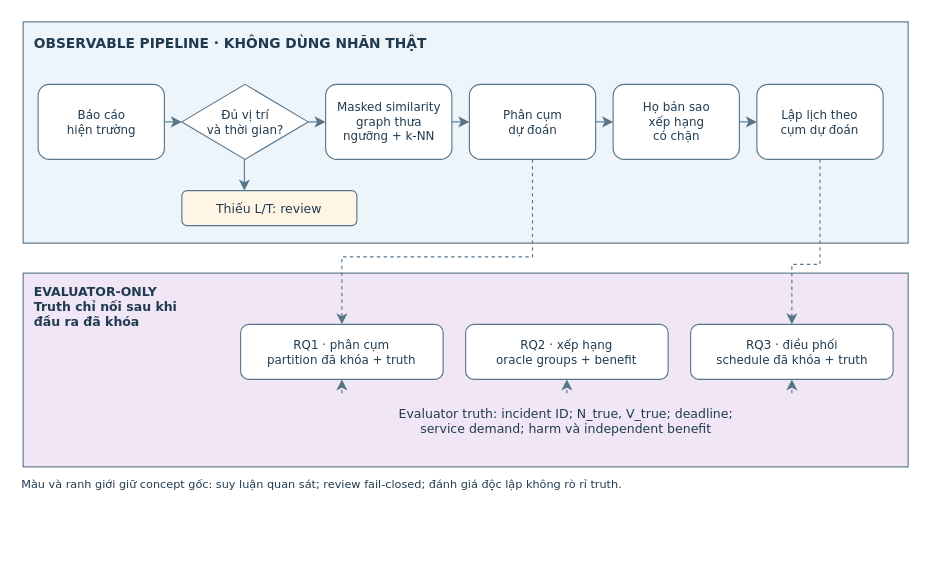
This is report/assets/diagrams/research_pipeline_report.drawio from ngthtrong/nckh2, a draw.io file, before an edit. Source tidied: cells renumbered, new cells numbered last; positions are measured from the earlier drawing's top-left corner, leaving out a move shared by most shapes. Both pictures are drawn from the tidied source at 125%, with x=0, y=0 at pixel (21, 21).
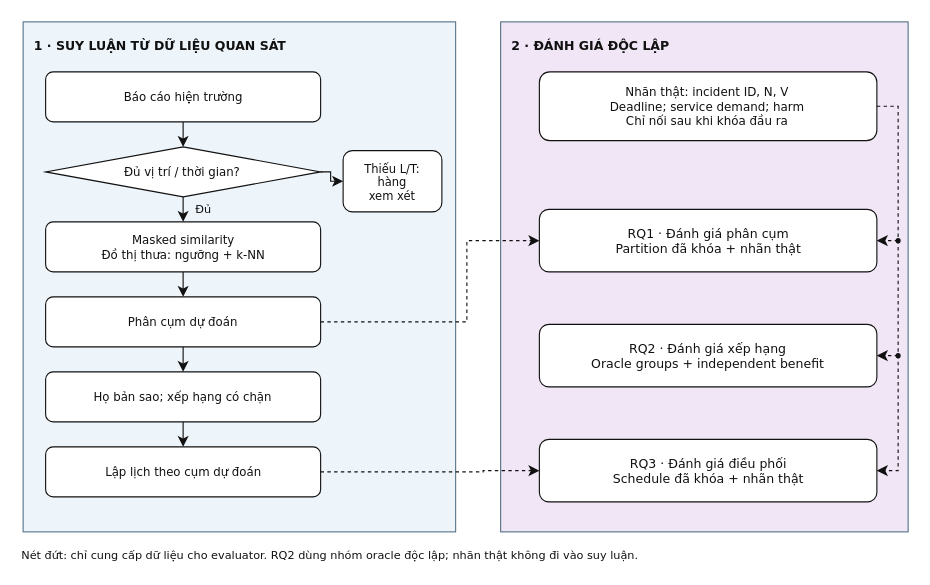
The same diagram, later.

What changed in the source:
```diff
@@
     <mxCell id="2" style="rounded=0;fillColor=#EDF4FA;strokeColor=#587489;strokeWidth=0.9;dashed=0;" parent="1" vertex="1">
-      <mxGeometry x="1" width="708" height="177" as="geometry" />
+      <mxGeometry x="1" width="346" height="408" as="geometry" />
     </mxCell>
-    <mxCell id="3" style="rounded=0;fillColor=#F0E6F6;strokeColor=#587489;strokeWidth=0.9;dashed=0;" parent="1" vertex="1">
-      <mxGeometry x="1" y="201" width="708" height="155" as="geometry" />
-    </mxCell>
-    <mxCell id="4" value="&lt;div&gt;OBSERVABLE PIPELINE · KHÔNG DÙNG NHÃN THẬT&lt;/div&gt;" style="text;html=1;whiteSpace=wrap;align=left;verticalAlign=middle;fontFamily=DejaVu Sans;fontSize=11;fontStyle=1;fontColor=#203B50;spacing=0;overflow=visible;" parent="1" vertex="1">
-      <mxGeometry x="10" y="9.3" width="314.7" height="15.3" as="geometry" />
-    </mxCell>
-    <mxCell id="5" style="rounded=1;fillColor=#FFFFFF;strokeColor=#587489;strokeWidth=0.9;dashed=0;" parent="1" vertex="1">
-      <mxGeometry x="13" y="50" width="101" height="60" as="geometry" />
-    </mxCell>
+    <mxCell id="39" value="&lt;div&gt;1 · SUY LUẬN TỪ DỮ LIỆU QUAN SÁT&lt;/div&gt;" style="text;html=1;whiteSpace=wrap;align=left;verticalAlign=middle;fontFamily=DejaVu Sans;fontSize=10;fontStyle=1;fontColor=#111111;spacing=0;overflow=visible;" parent="1" vertex="1">
+      <mxGeometry x="10" y="12.1" width="204.1" height="13.9" as="geometry" />
+    </mxCell>
+    <mxCell id="40" style="rounded=0;fillColor=#F0E6F6;strokeColor=#587489;strokeWidth=0.9;dashed=0;" parent="1" vertex="1">
+      <mxGeometry x="383" width="326" height="408" as="geometry" />
+    </mxCell>
+    <mxCell id="41" value="&lt;div&gt;2 · ĐÁNH GIÁ ĐỘC LẬP&lt;/div&gt;" style="text;html=1;whiteSpace=wrap;align=left;verticalAlign=middle;fontFamily=DejaVu Sans;fontSize=10;fontStyle=1;fontColor=#111111;spacing=0;overflow=visible;" parent="1" vertex="1">
+      <mxGeometry x="392" y="12.1" width="128.7" height="13.9" as="geometry" />
+    </mxCell>
+    <mxCell id="42" style="rounded=1;fillColor=#FFFFFF;strokeColor=#111111;strokeWidth=0.9;dashed=0;" parent="1" vertex="1">
+      <mxGeometry x="19" y="40" width="220" height="40" as="geometry" />
+    </mxCell>
-    <mxCell id="6" value="&lt;div&gt;Báo cáo&lt;br&gt;hiện trường&lt;/div&gt;" style="text;html=1;whiteSpace=wrap;align=center;verticalAlign=middle;fontFamily=DejaVu Sans;fontSize=9.5;fontStyle=0;fontColor=#203B50;spacing=0;overflow=visible;" parent="1" vertex="1">
-      <mxGeometry x="34.6" y="69.1" width="57.8" height="21.8" as="geometry" />
+    <mxCell id="6" value="&lt;div&gt;Báo cáo hiện trường&lt;/div&gt;" style="text;html=1;whiteSpace=wrap;align=center;verticalAlign=middle;fontFamily=DejaVu Sans;fontSize=9.4;fontStyle=0;fontColor=#111111;spacing=0;overflow=visible;" parent="1" vertex="1">
+      <mxGeometry x="80.6" y="54.3" width="96.9" height="11.4" as="geometry" />
     </mxCell>
-    <mxCell id="7" style="rhombus;fillColor=#FFFFFF;strokeColor=#587489;strokeWidth=0.9;dashed=0;" parent="1" vertex="1">
-      <mxGeometry x="128" y="50" width="101" height="60" as="geometry" />
-    </mxCell>
-    <mxCell id="8" value="&lt;div&gt;Đủ vị trí&lt;br&gt;và thời gian?&lt;/div&gt;" style="text;html=1;whiteSpace=wrap;align=center;verticalAlign=middle;fontFamily=DejaVu Sans;fontSize=9.5;fontStyle=0;fontColor=#203B50;spacing=0;overflow=visible;" parent="1" vertex="1">
-      <mxGeometry x="146.6" y="69.1" width="63.8" height="21.8" as="geometry" />
-    </mxCell>
-    <mxCell id="9" style="html=1;rounded=0;strokeColor=#587489;strokeWidth=0.9;dashed=0;endArrow=classic;startArrow=none;exitX=1.0;exitY=0.5;entryX=0.0;entryY=0.5;" parent="1" edge="1" source="5" target="7">
-      <mxGeometry relative="1" as="geometry" />
-    </mxCell>
+    <mxCell id="43" style="rhombus;fillColor=#FFFFFF;strokeColor=#111111;strokeWidth=0.9;dashed=0;" parent="1" vertex="1">
+      <mxGeometry x="19" y="100" width="220" height="40" as="geometry" />
+    </mxCell>
+    <mxCell id="44" value="&lt;div&gt;Đủ vị trí / thời gian?&lt;/div&gt;" style="text;html=1;whiteSpace=wrap;align=center;verticalAlign=middle;fontFamily=DejaVu Sans;fontSize=9.4;fontStyle=0;fontColor=#111111;spacing=0;overflow=visible;" parent="1" vertex="1">
+      <mxGeometry x="81.4" y="114.3" width="95.2" height="11.4" as="geometry" />
+    </mxCell>
-    <mxCell id="10" style="rounded=1;fillColor=#FFFFFF;strokeColor=#587489;strokeWidth=0.9;dashed=0;" parent="1" vertex="1">
-      <mxGeometry x="243" y="50" width="101" height="60" as="geometry" />
+    <mxCell id="10" style="rounded=1;fillColor=#FFFFFF;strokeColor=#111111;strokeWidth=0.9;dashed=0;" parent="1" vertex="1">
+      <mxGeometry x="19" y="160" width="220" height="40" as="geometry" />
     </mxCell>
-    <mxCell id="11" value="&lt;div&gt;Masked similarity&lt;br&gt;graph thưa&lt;br&gt;ngưỡng + k-NN&lt;/div&gt;" style="text;html=1;whiteSpace=wrap;align=center;verticalAlign=middle;fontFamily=DejaVu Sans;fontSize=9.5;fontStyle=0;fontColor=#203B50;spacing=0;overflow=visible;" parent="1" vertex="1">
-      <mxGeometry x="250.7" y="63.9" width="85.6" height="32.2" as="geometry" />
+    <mxCell id="11" value="&lt;div&gt;Masked similarity&lt;br&gt;Đồ thị thưa: ngưỡng + k-NN&lt;/div&gt;" style="text;html=1;whiteSpace=wrap;align=center;verticalAlign=middle;fontFamily=DejaVu Sans;fontSize=9.4;fontStyle=0;fontColor=#111111;spacing=0;overflow=visible;" parent="1" vertex="1">
+      <mxGeometry x="62.7" y="168.7" width="132.6" height="22.5" as="geometry" />
     </mxCell>
-    <mxCell id="12" style="html=1;rounded=0;strokeColor=#587489;strokeWidth=0.9;dashed=0;endArrow=classic;startArrow=none;exitX=1.0;exitY=0.5;entryX=0.0;entryY=0.5;" parent="1" edge="1" source="7" target="10">
-      <mxGeometry relative="1" as="geometry" />
-    </mxCell>
-    <mxCell id="13" style="rounded=1;fillColor=#FFFFFF;strokeColor=#587489;strokeWidth=0.9;dashed=0;" parent="1" vertex="1">
-      <mxGeometry x="358" y="50" width="101" height="60" as="geometry" />
-    </mxCell>
+    <mxCell id="45" style="rounded=1;fillColor=#FFFFFF;strokeColor=#111111;strokeWidth=0.9;dashed=0;" parent="1" vertex="1">
+      <mxGeometry x="19" y="220" width="220" height="40" as="geometry" />
+    </mxCell>
-    <mxCell id="14" value="&lt;div&gt;Phân cụm&lt;br&gt;dự đoán&lt;/div&gt;" style="text;html=1;whiteSpace=wrap;align=center;verticalAlign=middle;fontFamily=DejaVu Sans;fontSize=9.5;fontStyle=0;fontColor=#203B50;spacing=0;overflow=visible;" parent="1" vertex="1">
-      <mxGeometry x="383.7" y="69.1" width="49.6" height="21.8" as="geometry" />
+    <mxCell id="14" value="&lt;div&gt;Phân cụm dự đoán&lt;/div&gt;" style="text;html=1;whiteSpace=wrap;align=center;verticalAlign=middle;fontFamily=DejaVu Sans;fontSize=9.4;fontStyle=0;fontColor=#111111;spacing=0;overflow=visible;" parent="1" vertex="1">
+      <mxGeometry x="84.2" y="234.3" width="89.6" height="11.4" as="geometry" />
     </mxCell>
-    <mxCell id="15" style="html=1;rounded=0;strokeColor=#587489;strokeWidth=0.9;dashed=0;endArrow=classic;startArrow=none;exitX=1.0;exitY=0.5;entryX=0.0;entryY=0.5;" parent="1" edge="1" source="10" target="13">
-      <mxGeometry relative="1" as="geometry" />
-    </mxCell>
+    <mxCell id="46" style="rounded=1;fillColor=#FFFFFF;strokeColor=#111111;strokeWidth=0.9;dashed=0;" parent="1" vertex="1">
+      <mxGeometry x="19" y="280" width="220" height="40" as="geometry" />
+    </mxCell>
+    <mxCell id="47" value="&lt;div&gt;Họ bản sao; xếp hạng có chặn&lt;/div&gt;" style="text;html=1;whiteSpace=wrap;align=center;verticalAlign=middle;fontFamily=DejaVu Sans;fontSize=9.4;fontStyle=0;fontColor=#111111;spacing=0;overflow=visible;" parent="1" vertex="1">
+      <mxGeometry x="57" y="294" width="144" height="12.1" as="geometry" />
+    </mxCell>
-    <mxCell id="16" style="rounded=1;fillColor=#FFFFFF;strokeColor=#587489;strokeWidth=0.9;dashed=0;" parent="1" vertex="1">
-      <mxGeometry x="473" y="50" width="101" height="60" as="geometry" />
+    <mxCell id="16" style="rounded=1;fillColor=#FFFFFF;strokeColor=#111111;strokeWidth=0.9;dashed=0;" parent="1" vertex="1">
+      <mxGeometry x="19" y="340" width="220" height="40" as="geometry" />
     </mxCell>
-    <mxCell id="17" value="&lt;div&gt;Họ bản sao&lt;br&gt;xếp hạng&lt;br&gt;có chặn&lt;/div&gt;" style="text;html=1;whiteSpace=wrap;align=center;verticalAlign=middle;fontFamily=DejaVu Sans;fontSize=9.5;fontStyle=0;fontColor=#203B50;spacing=0;overflow=visible;" parent="1" vertex="1">
-      <mxGeometry x="495.6" y="63.5" width="55.8" height="33.1" as="geometry" />
+    <mxCell id="17" value="&lt;div&gt;Lập lịch theo cụm dự đoán&lt;/div&gt;" style="text;html=1;whiteSpace=wrap;align=center;verticalAlign=middle;fontFamily=DejaVu Sans;fontSize=9.4;fontStyle=0;fontColor=#111111;spacing=0;overflow=visible;" parent="1" vertex="1">
+      <mxGeometry x="65.6" y="354.3" width="126.8" height="11.4" as="geometry" />
     </mxCell>
-    <mxCell id="18" style="html=1;rounded=0;strokeColor=#587489;strokeWidth=0.9;dashed=0;endArrow=classic;startArrow=none;exitX=1.0;exitY=0.5;entryX=0.0;entryY=0.5;" parent="1" edge="1" source="13" target="16">
-      <mxGeometry relative="1" as="geometry" />
-    </mxCell>
-    <mxCell id="19" style="rounded=1;fillColor=#FFFFFF;strokeColor=#587489;strokeWidth=0.9;dashed=0;" parent="1" vertex="1">
-      <mxGeometry x="588" y="50" width="101" height="60" as="geometry" />
-    </mxCell>
-    <mxCell id="20" value="&lt;div&gt;Lập lịch theo&lt;br&gt;cụm dự đoán&lt;/div&gt;" style="text;html=1;whiteSpace=wrap;align=center;verticalAlign=middle;fontFamily=DejaVu Sans;fontSize=9.5;fontStyle=0;fontColor=#203B50;spacing=0;overflow=visible;" parent="1" vertex="1">
-      <mxGeometry x="606" y="69.1" width="64.9" height="21.8" as="geometry" />
-    </mxCell>
-    <mxCell id="21" style="html=1;rounded=0;strokeColor=#587489;strokeWidth=0.9;dashed=0;endArrow=classic;startArrow=none;exitX=1.0;exitY=0.5;entryX=0.0;entryY=0.5;" parent="1" edge="1" source="16" target="19">
-      <mxGeometry relative="1" as="geometry" />
-    </mxCell>
-    <mxCell id="22" style="rounded=1;fillColor=#FFF5E5;strokeColor=#587489;strokeWidth=0.9;dashed=0;" parent="1" vertex="1">
-      <mxGeometry x="128" y="135" width="140" height="28" as="geometry" />
-    </mxCell>
-    <mxCell id="23" value="&lt;div&gt;Thiếu L/T: review&lt;/div&gt;" style="text;html=1;whiteSpace=wrap;align=center;verticalAlign=middle;fontFamily=DejaVu Sans;fontSize=10;fontStyle=0;fontColor=#203B50;spacing=0;overflow=visible;" parent="1" vertex="1">
-      <mxGeometry x="154.8" y="143" width="86.3" height="12.1" as="geometry" />
-    </mxCell>
+    <mxCell id="48" style="rounded=1;fillColor=#FFFFFF;strokeColor=#111111;strokeWidth=0.9;dashed=0;" parent="1" vertex="1">
+      <mxGeometry x="257" y="103" width="79" height="49" as="geometry" />
+    </mxCell>
+    <mxCell id="49" value="&lt;div&gt;Thiếu L/T:&lt;br&gt;hàng&lt;br&gt;xem xét&lt;/div&gt;" style="text;html=1;whiteSpace=wrap;align=center;verticalAlign=middle;fontFamily=DejaVu Sans;fontSize=9.2;fontStyle=0;fontColor=#111111;spacing=0;overflow=visible;" parent="1" vertex="1">
+      <mxGeometry x="273.3" y="111.4" width="46.5" height="32.2" as="geometry" />
+    </mxCell>
+    <mxCell id="50" style="html=1;rounded=0;strokeColor=#111111;strokeWidth=0.9;dashed=0;endArrow=classic;startArrow=none;exitX=0.5;exitY=1.0;entryX=0.5;entryY=0.0;" parent="1" edge="1" source="42" target="43">
+      <mxGeometry relative="1" as="geometry" />
+    </mxCell>
+    <mxCell id="51" value="&lt;div&gt;Đủ&lt;/div&gt;" style="text;html=1;whiteSpace=wrap;align=center;verticalAlign=middle;fontFamily=DejaVu Sans;fontSize=9;fontStyle=0;fontColor=#111111;spacing=0;overflow=visible;" parent="1" vertex="1">
+      <mxGeometry x="137.7" y="144.3" width="14.6" height="11.4" as="geometry" />
+    </mxCell>
+    <mxCell id="52" style="html=1;rounded=0;strokeColor=#111111;strokeWidth=0.9;dashed=0;endArrow=classic;startArrow=none;exitX=0.5;exitY=1.0;entryX=0.5;entryY=0.0;" parent="1" edge="1" source="43" target="10">
+      <mxGeometry relative="1" as="geometry" />
+    </mxCell>
+    <mxCell id="53" style="html=1;rounded=0;strokeColor=#111111;strokeWidth=0.9;dashed=0;endArrow=classic;startArrow=none;exitX=0.5;exitY=1.0;entryX=0.5;entryY=0.0;" parent="1" edge="1" source="10" target="45">
+      <mxGeometry relative="1" as="geometry" />
+    </mxCell>
-    <mxCell id="24" style="html=1;rounded=0;strokeColor=#587489;strokeWidth=0.9;dashed=0;endArrow=classic;startArrow=none;exitX=0.49504950495049505;exitY=1.0;entryX=0.35714285714285715;entryY=0.0;" parent="1" edge="1" source="7" target="22">
+    <mxCell id="24" style="html=1;rounded=0;strokeColor=#111111;strokeWidth=0.9;dashed=0;endArrow=classic;startArrow=none;exitX=0.5;exitY=1.0;entryX=0.5;entryY=0.0;" parent="1" edge="1" source="45" target="46">
       <mxGeometry relative="1" as="geometry" />
     </mxCell>
-    <mxCell id="25" value="&lt;div&gt;EVALUATOR-ONLY&lt;br&gt;Truth chỉ nối sau khi&lt;br&gt;đầu ra đã khóa&lt;/div&gt;" style="text;html=1;whiteSpace=wrap;align=left;verticalAlign=middle;fontFamily=DejaVu Sans;fontSize=10;fontStyle=1;fontColor=#203B50;spacing=0;overflow=visible;" parent="1" vertex="1">
-      <mxGeometry x="10" y="210.7" width="116.6" height="34.6" as="geometry" />
-    </mxCell>
-    <mxCell id="26" style="rounded=1;fillColor=#FFFFFF;strokeColor=#587489;strokeWidth=0.9;dashed=0;" parent="1" vertex="1">
-      <mxGeometry x="175" y="242" width="162" height="44" as="geometry" />
-    </mxCell>
-    <mxCell id="27" value="&lt;div&gt;RQ1 · phân cụm&lt;br&gt;partition đã khóa + truth&lt;/div&gt;" style="text;html=1;whiteSpace=wrap;align=center;verticalAlign=middle;fontFamily=DejaVu Sans;fontSize=9.5;fontStyle=0;fontColor=#203B50;spacing=0;overflow=visible;" parent="1" vertex="1">
-      <mxGeometry x="194.9" y="253.1" width="122.2" height="21.8" as="geometry" />
-    </mxCell>
-    <mxCell id="28" style="rounded=1;fillColor=#FFFFFF;strokeColor=#587489;strokeWidth=0.9;dashed=0;" parent="1" vertex="1">
-      <mxGeometry x="355" y="242" width="162" height="44" as="geometry" />
-    </mxCell>
-    <mxCell id="29" value="&lt;div&gt;RQ2 · xếp hạng&lt;br&gt;oracle groups + benefit&lt;/div&gt;" style="text;html=1;whiteSpace=wrap;align=center;verticalAlign=middle;fontFamily=DejaVu Sans;fontSize=9.5;fontStyle=0;fontColor=#203B50;spacing=0;overflow=visible;" parent="1" vertex="1">
-      <mxGeometry x="378.2" y="252.7" width="115.7" height="22.5" as="geometry" />
-    </mxCell>
-    <mxCell id="30" style="rounded=1;fillColor=#FFFFFF;strokeColor=#587489;strokeWidth=0.9;dashed=0;" parent="1" vertex="1">
-      <mxGeometry x="535" y="242" width="162" height="44" as="geometry" />
-    </mxCell>
-    <mxCell id="31" value="&lt;div&gt;RQ3 · điều phối&lt;br&gt;schedule đã khóa + truth&lt;/div&gt;" style="text;html=1;whiteSpace=wrap;align=center;verticalAlign=middle;fontFamily=DejaVu Sans;fontSize=9.5;fontStyle=0;fontColor=#203B50;spacing=0;overflow=visible;" parent="1" vertex="1">
-      <mxGeometry x="553.8" y="252.7" width="124.5" height="22.5" as="geometry" />
-    </mxCell>
-    <mxCell id="32" style="html=1;rounded=0;strokeColor=#587489;strokeWidth=0.9;dashed=1;endArrow=classic;startArrow=none;exitX=0.5;exitY=1.0;entryX=0.5;entryY=0.0;" parent="1" edge="1" source="13" target="26">
-      <mxGeometry relative="1" as="geometry">
-        <Array as="points">
-          <mxPoint x="408.5" y="188" />
-          <mxPoint x="256" y="188" />
-        </Array>
-      </mxGeometry>
-    </mxCell>
-    <mxCell id="33" style="html=1;rounded=0;strokeColor=#587489;strokeWidth=0.9;dashed=1;endArrow=classic;startArrow=none;exitX=0.5;exitY=1.0;entryX=0.5;entryY=0.0;" parent="1" edge="1" source="19" target="30">
-      <mxGeometry relative="1" as="geometry">
-        <Array as="points">
-          <mxPoint x="638.5" y="194" />
-          <mxPoint x="616" y="194" />
-        </Array>
-      </mxGeometry>
-    </mxCell>
+    <mxCell id="54" style="html=1;rounded=0;strokeColor=#111111;strokeWidth=0.9;dashed=0;endArrow=classic;startArrow=none;exitX=0.5;exitY=1.0;entryX=0.5;entryY=0.0;" parent="1" edge="1" source="46" target="16">
+      <mxGeometry relative="1" as="geometry" />
+    </mxCell>
+    <mxCell id="55" style="html=1;rounded=0;strokeColor=#111111;strokeWidth=0.9;dashed=0;endArrow=classic;startArrow=none;exitX=1.0;exitY=0.5;entryX=0.0;entryY=0.5;" parent="1" edge="1" source="43" target="48">
+      <mxGeometry relative="1" as="geometry">
+        <Array as="points">
+          <mxPoint x="247" y="120" />
+          <mxPoint x="247" y="127.5" />
+        </Array>
+      </mxGeometry>
+    </mxCell>
+    <mxCell id="56" style="rounded=1;fillColor=#FFFFFF;strokeColor=#111111;strokeWidth=0.9;dashed=0;" parent="1" vertex="1">
+      <mxGeometry x="414" y="40" width="270" height="55" as="geometry" />
+    </mxCell>
+    <mxCell id="57" value="&lt;div&gt;Nhãn thật: incident ID, N, V&lt;br&gt;Deadline; service demand; harm&lt;br&gt;Chỉ nối sau khi khóa đầu ra&lt;/div&gt;" style="text;html=1;whiteSpace=wrap;align=center;verticalAlign=middle;fontFamily=DejaVu Sans;fontSize=9.5;fontStyle=0;fontColor=#111111;spacing=0;overflow=visible;" parent="1" vertex="1">
+      <mxGeometry x="469.5" y="51.4" width="159.1" height="32.2" as="geometry" />
+    </mxCell>
+    <mxCell id="58" style="rounded=1;fillColor=#FFFFFF;strokeColor=#111111;strokeWidth=0.9;dashed=0;" parent="1" vertex="1">
+      <mxGeometry x="414" y="150" width="270" height="50" as="geometry" />
+    </mxCell>
+    <mxCell id="59" value="&lt;div&gt;RQ1 · Đánh giá phân cụm&lt;br&gt;Partition đã khóa + nhãn thật&lt;/div&gt;" style="text;html=1;whiteSpace=wrap;align=center;verticalAlign=middle;fontFamily=DejaVu Sans;fontSize=10;fontStyle=0;fontColor=#111111;spacing=0;overflow=visible;" parent="1" vertex="1">
+      <mxGeometry x="473.7" y="163.1" width="150.6" height="23.7" as="geometry" />
+    </mxCell>
+    <mxCell id="60" style="rounded=1;fillColor=#FFFFFF;strokeColor=#111111;strokeWidth=0.9;dashed=0;" parent="1" vertex="1">
+      <mxGeometry x="414" y="242" width="270" height="50" as="geometry" />
+    </mxCell>
+    <mxCell id="61" value="&lt;div&gt;RQ2 · Đánh giá xếp hạng&lt;br&gt;Oracle groups + independent benefit&lt;/div&gt;" style="text;html=1;whiteSpace=wrap;align=center;verticalAlign=middle;fontFamily=DejaVu Sans;fontSize=10;fontStyle=0;fontColor=#111111;spacing=0;overflow=visible;" parent="1" vertex="1">
+      <mxGeometry x="454.9" y="254.8" width="188.3" height="24.4" as="geometry" />
+    </mxCell>
+    <mxCell id="62" style="rounded=1;fillColor=#FFFFFF;strokeColor=#111111;strokeWidth=0.9;dashed=0;" parent="1" vertex="1">
+      <mxGeometry x="414" y="334" width="270" height="50" as="geometry" />
+    </mxCell>
-    <mxCell id="34" value="&lt;div&gt;Evaluator truth: incident ID; N_true, V_true; deadline;&lt;br&gt;service demand; harm và independent benefit&lt;/div&gt;" style="text;html=1;whiteSpace=wrap;align=center;verticalAlign=middle;fontFamily=DejaVu Sans;fontSize=10;fontStyle=0;fontColor=#203B50;spacing=0;overflow=visible;" parent="1" vertex="1">
-      <mxGeometry x="301.3" y="307.1" width="269.3" height="23.9" as="geometry" />
+    <mxCell id="34" value="&lt;div&gt;RQ3 · Đánh giá điều phối&lt;br&gt;Schedule đã khóa + nhãn thật&lt;/div&gt;" style="text;html=1;whiteSpace=wrap;align=center;verticalAlign=middle;fontFamily=DejaVu Sans;fontSize=10;fontStyle=0;fontColor=#111111;spacing=0;overflow=visible;" parent="1" vertex="1">
+      <mxGeometry x="471.7" y="346.8" width="154.6" height="24.4" as="geometry" />
     </mxCell>
-    <mxCell id="35" style="html=1;rounded=0;strokeColor=#587489;strokeWidth=0.9;dashed=1;endArrow=classic;startArrow=none;" parent="1" edge="1">
+    <mxCell id="35" style="html=1;rounded=0;strokeColor=#111111;strokeWidth=0.9;dashed=1;endArrow=classic;startArrow=none;exitX=1.0;exitY=0.5;entryX=0.0;entryY=0.5;" parent="1" edge="1" source="45" target="58">
       <mxGeometry relative="1" as="geometry">
-        <mxPoint x="256" y="297" as="sourcePoint" />
-        <mxPoint x="256" y="286" as="targetPoint" />
+        <Array as="points">
+          <mxPoint x="356" y="240" />
+          <mxPoint x="356" y="175" />
+        </Array>
       </mxGeometry>
     </mxCell>
-    <mxCell id="36" style="html=1;rounded=0;strokeColor=#587489;strokeWidth=0.9;dashed=1;endArrow=classic;startArrow=none;" parent="1" edge="1">
+    <mxCell id="36" style="html=1;rounded=0;strokeColor=#111111;strokeWidth=0.9;dashed=1;endArrow=classic;startArrow=none;exitX=1.0;exitY=0.5;entryX=0.0;entryY=0.5;" parent="1" edge="1" source="16" target="62">
       <mxGeometry relative="1" as="geometry">
-        <mxPoint x="436" y="297" as="sourcePoint" />
-        <mxPoint x="436" y="286" as="targetPoint" />
+        <Array as="points">
+          <mxPoint x="369" y="360" />
+          <mxPoint x="369" y="359" />
+        </Array>
       </mxGeometry>
     </mxCell>
-    <mxCell id="37" style="html=1;rounded=0;strokeColor=#587489;strokeWidth=0.9;dashed=1;endArrow=classic;startArrow=none;" parent="1" edge="1">
+    <mxCell id="37" style="html=1;rounded=0;strokeColor=#111111;strokeWidth=0.9;dashed=1;endArrow=classic;startArrow=none;exitX=1.0;exitY=0.5;entryX=1.0;entryY=0.5;" parent="1" edge="1" source="56" target="62">
       <mxGeometry relative="1" as="geometry">
-        <mxPoint x="616" y="297" as="sourcePoint" />
-        <mxPoint x="616" y="286" as="targetPoint" />
+        <Array as="points">
+          <mxPoint x="701" y="67.5" />
+          <mxPoint x="701" y="359" />
+        </Array>
       </mxGeometry>
     </mxCell>
-    <mxCell id="38" value="&lt;div&gt;Màu và ranh giới giữ concept gốc: suy luận quan sát; review fail-closed; đánh giá độc lập không rò rỉ truth.&lt;/div&gt;" style="text;html=1;whiteSpace=wrap;align=left;verticalAlign=middle;fontFamily=DejaVu Sans;fontSize=9;fontStyle=0;fontColor=#203B50;spacing=0;overflow=visible;" parent="1" vertex="1">
-      <mxGeometry y="364" width="484" height="12.1" as="geometry" />
-    </mxCell>
+    <mxCell id="63" style="html=1;rounded=0;strokeColor=#111111;strokeWidth=0.9;dashed=1;endArrow=classic;startArrow=none;entryX=1.0;entryY=0.5;" parent="1" edge="1" target="58">
+      <mxGeometry relative="1" as="geometry">
+        <mxPoint x="701" y="175" as="sourcePoint" />
+      </mxGeometry>
+    </mxCell>
+    <mxCell id="64" style="ellipse;fillColor=#111111;strokeColor=#111111;strokeWidth=0.9;" parent="1" vertex="1">
+      <mxGeometry x="699.4" y="173.4" width="3.2" height="3.2" as="geometry" />
+    </mxCell>
+    <mxCell id="65" style="html=1;rounded=0;strokeColor=#111111;strokeWidth=0.9;dashed=1;endArrow=classic;startArrow=none;entryX=1.0;entryY=0.5;" parent="1" edge="1" target="60">
+      <mxGeometry relative="1" as="geometry">
+        <mxPoint x="701" y="267" as="sourcePoint" />
+      </mxGeometry>
+    </mxCell>
+    <mxCell id="66" style="ellipse;fillColor=#111111;strokeColor=#111111;strokeWidth=0.9;" parent="1" vertex="1">
+      <mxGeometry x="699.4" y="265.4" width="3.2" height="3.2" as="geometry" />
+    </mxCell>
+    <mxCell id="67" value="&lt;div&gt;Nét đứt: chỉ cung cấp dữ liệu cho evaluator. RQ2 dùng nhóm oracle độc lập; nhãn thật không đi vào suy luận.&lt;/div&gt;" style="text;html=1;whiteSpace=wrap;align=left;verticalAlign=middle;fontFamily=DejaVu Sans;fontSize=9;fontStyle=0;fontColor=#111111;spacing=0;overflow=visible;" parent="1" vertex="1">
+      <mxGeometry y="421.1" width="496.9" height="11.7" as="geometry" />
+    </mxCell>
```
